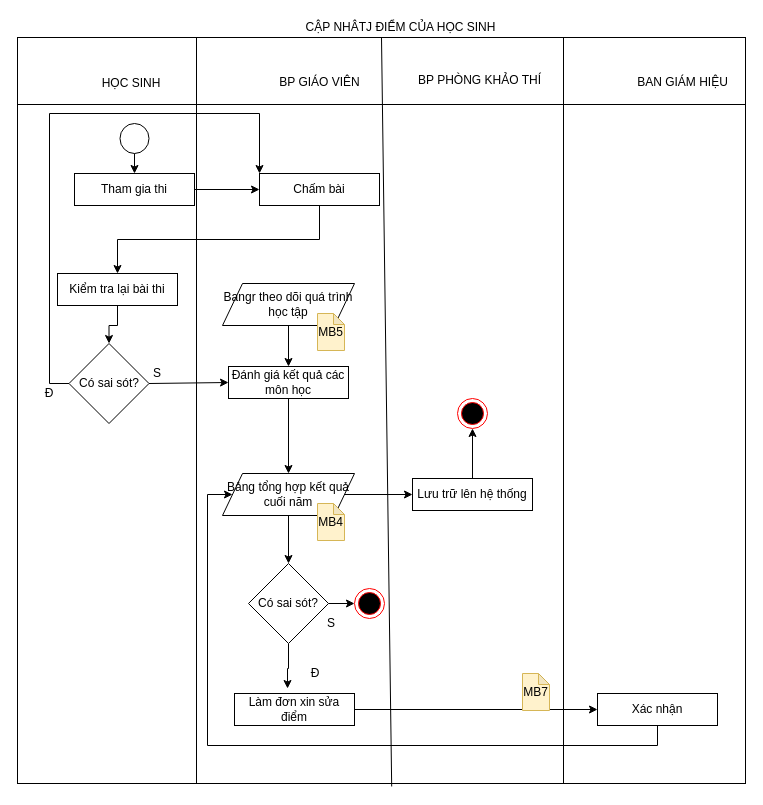
Before: 1.2.2.e.drawio in TLGKien/graph, a draw.io diagram. Source tidied: cells renumbered, new cells numbered last; positions are measured from the earlier drawing's top-left corner, leaving out a move shared by most shapes. Both pictures are drawn from the tidied source at 100%, with x=0, y=0 at pixel (17, 17).
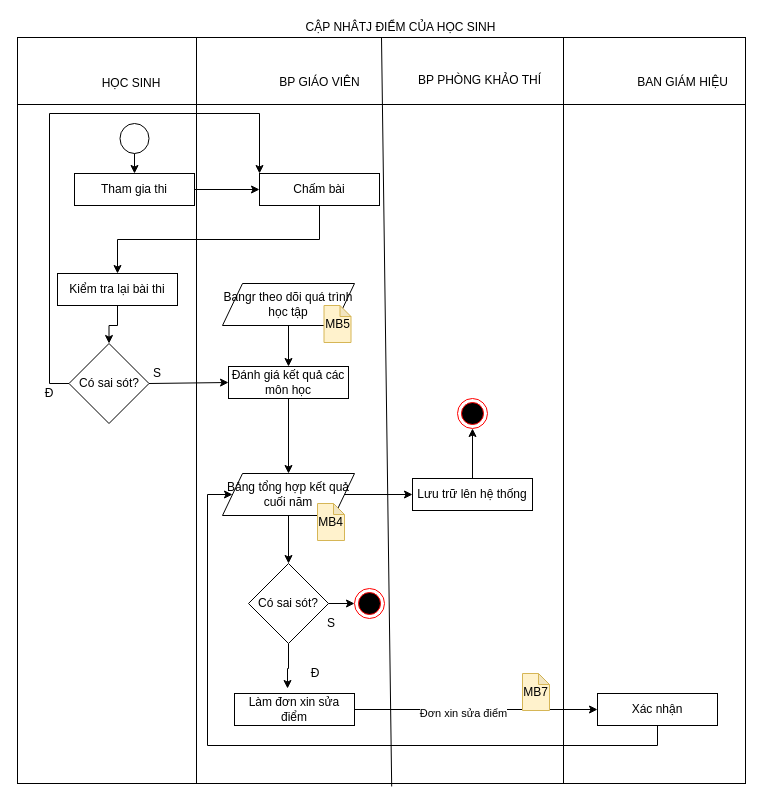
The same page after the edit.

Unchanged cells that the change refers to:
```xml
<mxCell id="37" style="edgeStyle=orthogonalEdgeStyle;rounded=0;jettySize=auto;html=1;exitX=1;exitY=0.5;exitDx=0;exitDy=0;" parent="1" edge="1" source="38" target="42">
  <mxGeometry relative="1" as="geometry" />
</mxCell>
```

Change to the diagram source:
```diff
@@
     <mxCell id="36" value="MB5" style="shape=note;whiteSpace=wrap;html=1;backgroundOutline=1;darkOpacity=0.05;size=11;fillColor=#fff2cc;strokeColor=#d6b656;" parent="1" vertex="1">
-      <mxGeometry x="300" y="296" width="27" height="37" as="geometry" />
+      <mxGeometry x="306.5" y="288" width="27" height="37" as="geometry" />
     </mxCell>
@@
+    <mxCell id="46" value="Đơn xin sửa điểm" style="edgeLabel;html=1;align=center;verticalAlign=middle;" parent="37" vertex="1">
+      <mxGeometry x="-0.11" y="-3" relative="1" as="geometry" />
+    </mxCell>
```
